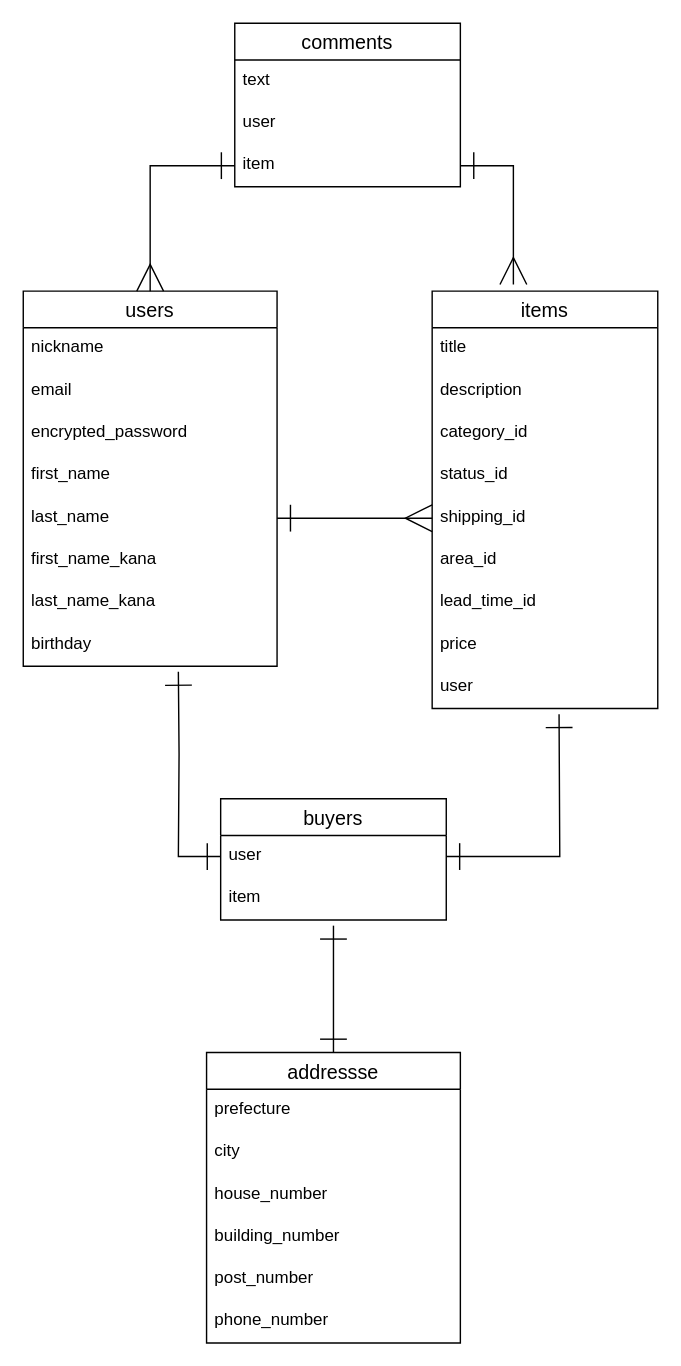
Earlier version of the draw.io diagram furima_ER.dio (KUniyukiOoyama/furima-34314). Source tidied: cells renumbered, new cells numbered last; positions are measured from the earlier drawing's top-left corner, leaving out a move shared by most shapes. Both pictures are drawn from the tidied source at 141%, with x=0, y=0 at pixel (23, 23).
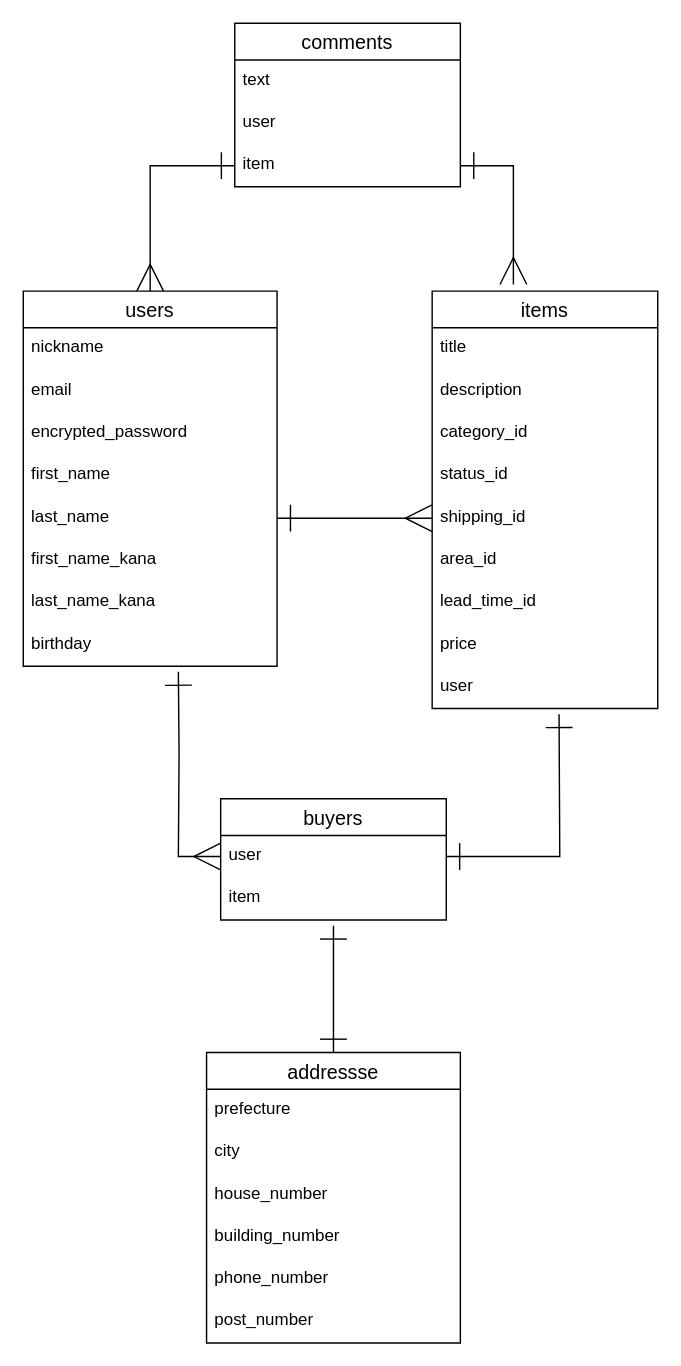
Above is the later version.

Commit message (it also covers changes not shown here):
データベースの設計・ER図修正（5回目）

The change refers to these unchanged cells:
```xml
<mxCell id="22" value="user" style="text;strokeColor=none;fillColor=none;spacingLeft=4;spacingRight=4;overflow=hidden;points=[[0,0.5],[1,0.5]];portConstraint=eastwest;fontSize=12;" parent="21" vertex="1">
  <mxGeometry y="26" width="160" height="30" as="geometry" />
</mxCell>
<mxCell id="25" value="addressse" style="swimlane;fontStyle=0;horizontal=1;startSize=26;align=center;fontSize=14;" parent="1" vertex="1">
  <mxGeometry x="130" y="730" width="180" height="206" as="geometry" />
</mxCell>
```

Diff of the diagram source:
```diff
@@
+    <mxCell id="31" value="phone_number" style="text;strokeColor=none;fillColor=none;spacingLeft=4;spacingRight=4;overflow=hidden;fontSize=12;" parent="25" vertex="1">
+      <mxGeometry y="146" width="180" height="30" as="geometry" />
+    </mxCell>
     <mxCell id="30" value="post_number" style="text;strokeColor=none;fillColor=none;spacingLeft=4;spacingRight=4;overflow=hidden;fontSize=12;" parent="25" vertex="1">
-      <mxGeometry y="146" width="180" height="30" as="geometry" />
+      <mxGeometry y="176" width="180" height="30" as="geometry" />
     </mxCell>
-    <mxCell id="31" value="phone_number" style="text;strokeColor=none;fillColor=none;spacingLeft=4;spacingRight=4;overflow=hidden;fontSize=12;" parent="25" vertex="1">
-      <mxGeometry y="176" width="180" height="30" as="geometry" />
-    </mxCell>
@@
-    <mxCell id="33" style="edgeStyle=orthogonalEdgeStyle;rounded=0;jettySize=auto;html=1;startArrow=ERone;startFill=0;startSize=17;endArrow=ERone;endFill=0;endSize=17;strokeWidth=1;" parent="1" edge="1" target="22">
+    <mxCell id="33" style="edgeStyle=orthogonalEdgeStyle;rounded=0;jettySize=auto;html=1;startArrow=ERone;startFill=0;startSize=17;endArrow=ERmany;endFill=0;endSize=17;strokeWidth=1;" parent="1" edge="1" target="22">
       <mxGeometry relative="1" as="geometry">
         <mxPoint x="110" y="460" as="sourcePoint" />
       </mxGeometry>
     </mxCell>
```
